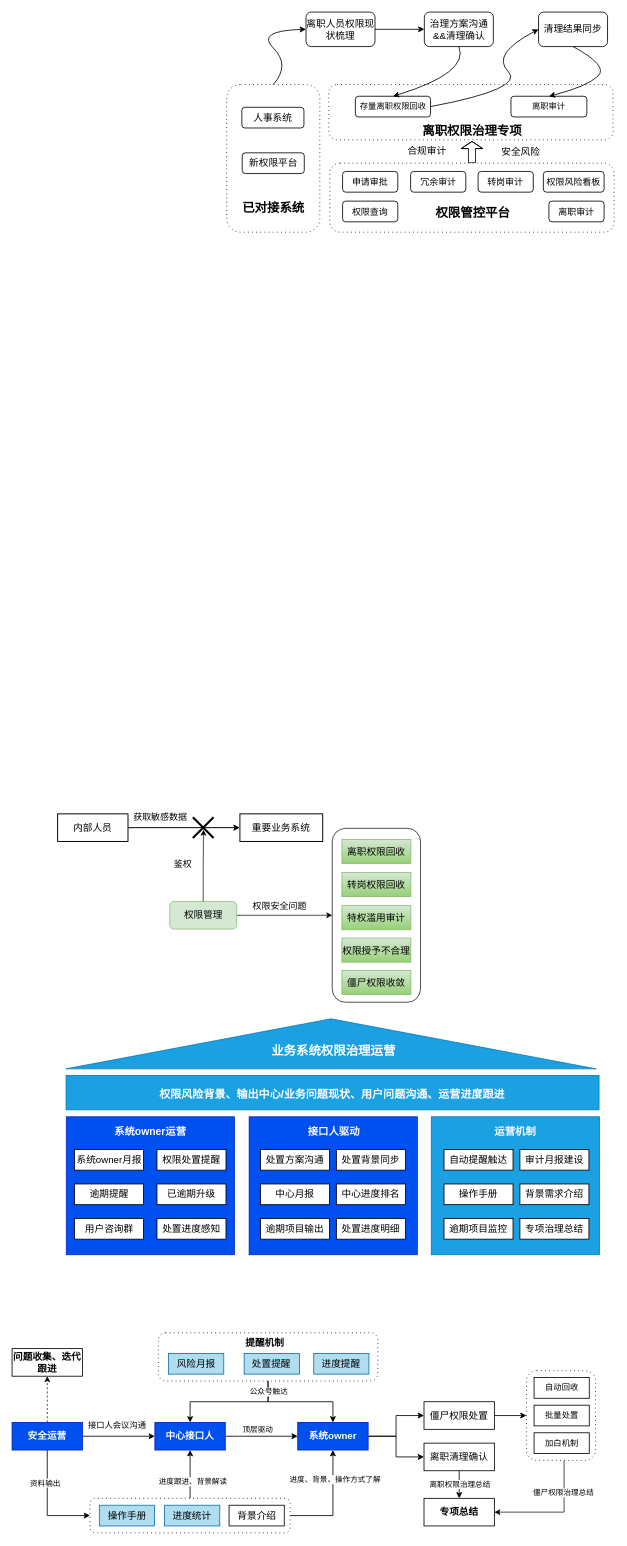
This is page "第 14 页" (13 of 13) of 权限审计.drawio from zpxiao-ios/hello-world, a draw.io file, before an edit. Source tidied: cells renumbered, new cells numbered last; positions are measured from the earlier drawing's top-left corner, leaving out a move shared by most shapes. Both pictures are drawn from the tidied source at 69%, with x=0, y=0 at pixel (12, 12).
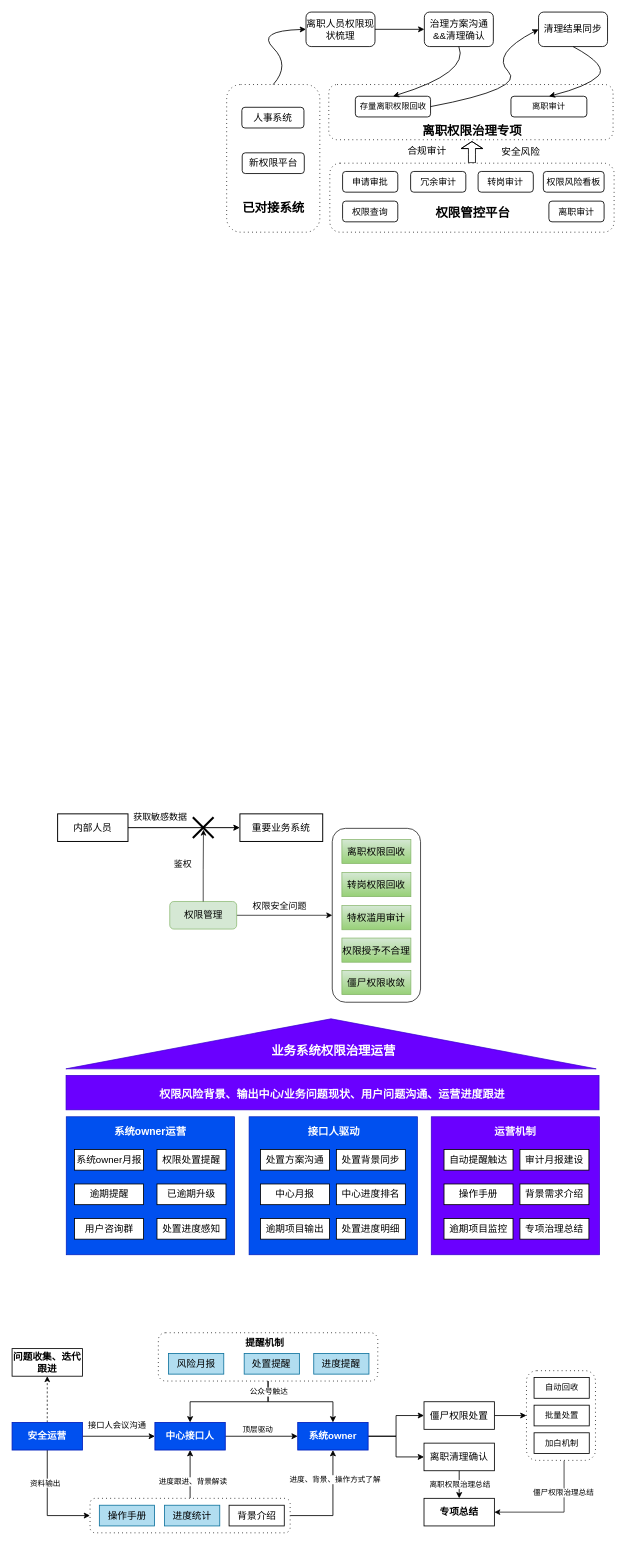
Above is the later version.

Commit message:
更新权限审计.drawio

Change to the diagram source:
```diff
@@
-    <mxCell id="2" style="rounded=0;whiteSpace=wrap;html=1;fillColor=#1ba1e2;strokeColor=#006EAF;fontColor=#ffffff;" parent="1" vertex="1">
+    <mxCell id="2" style="rounded=0;whiteSpace=wrap;html=1;fillColor=#6a00ff;strokeColor=#3700CC;fontColor=#ffffff;" parent="1" vertex="1">
       <mxGeometry x="607.5" y="1601" width="244" height="200" as="geometry" />
     </mxCell>
@@
-    <mxCell id="89" style="rounded=0;whiteSpace=wrap;html=1;fillColor=#1ba1e2;strokeColor=#006EAF;flipV=1;fontColor=#ffffff;" parent="1" vertex="1">
+    <mxCell id="89" style="rounded=0;whiteSpace=wrap;html=1;fillColor=#6a00ff;strokeColor=#3700CC;flipV=1;fontColor=#ffffff;" parent="1" vertex="1">
       <mxGeometry x="78.2" y="1541" width="772.5" height="50" as="geometry" />
     </mxCell>
-    <mxCell id="90" style="triangle;whiteSpace=wrap;html=1;rotation=-90;fillColor=#1ba1e2;strokeColor=#006EAF;flipV=1;fontColor=#ffffff;" parent="1" vertex="1">
+    <mxCell id="90" style="triangle;whiteSpace=wrap;html=1;rotation=-90;fillColor=#6a00ff;strokeColor=#3700CC;flipV=1;fontColor=#ffffff;" parent="1" vertex="1">
       <mxGeometry x="426" y="1111" width="72.5" height="768.6" as="geometry" />
     </mxCell>
```
